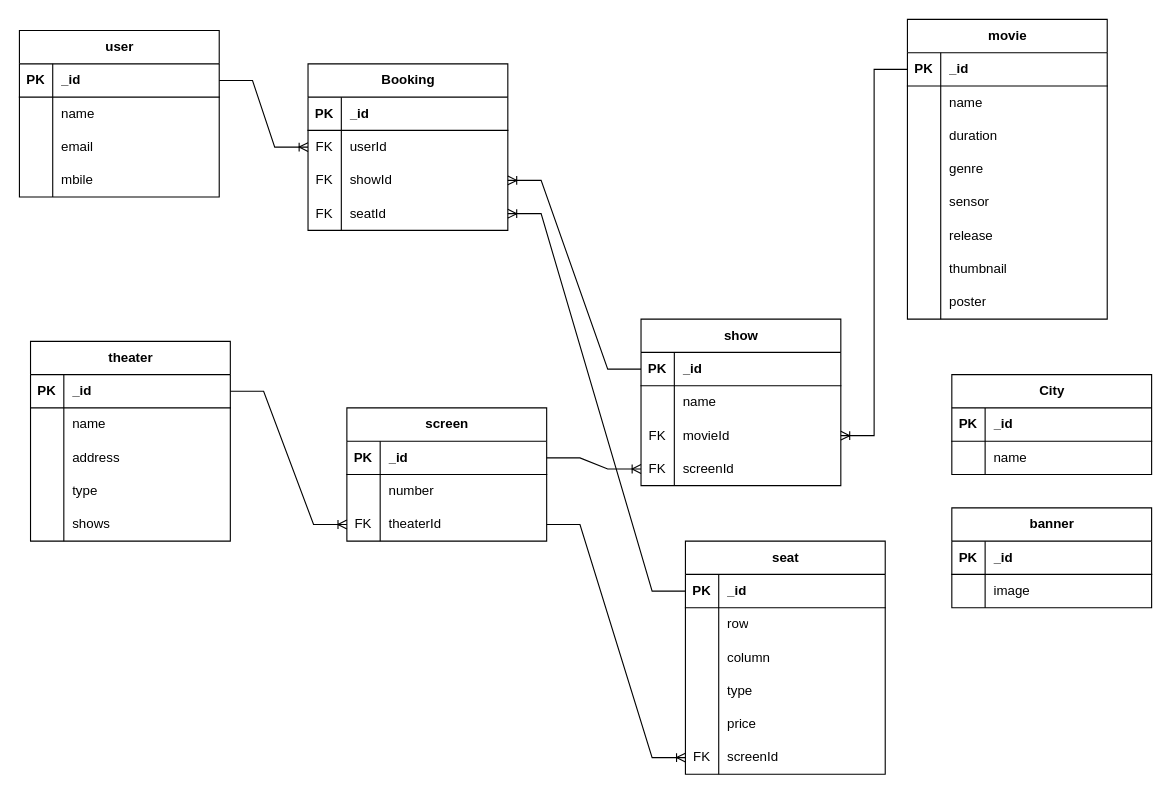
Earlier version of the draw.io diagram movie-booking.drawio (sivanargana/office). Source tidied: cells renumbered, new cells numbered last; positions are measured from the earlier drawing's top-left corner, leaving out a move shared by most shapes. Both pictures are drawn from the tidied source at 111%, with x=0, y=0 at pixel (19, 19).
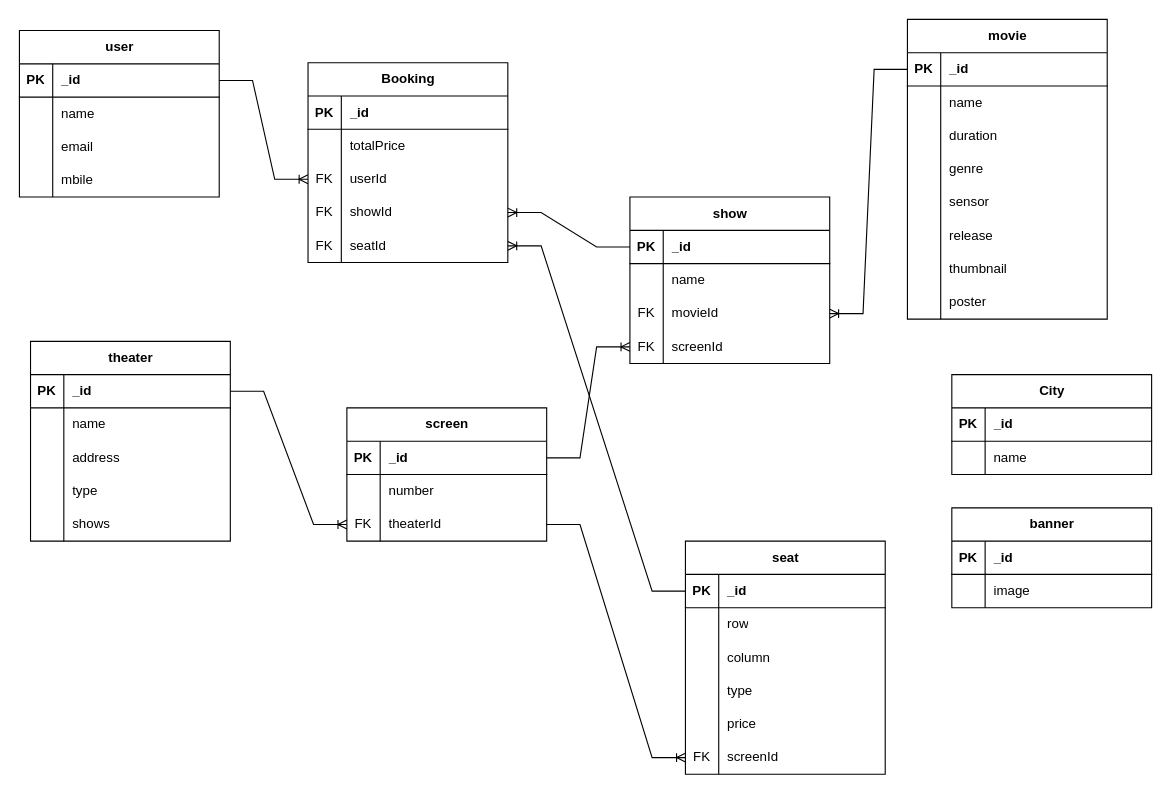
The same page after the edit.

Change to the diagram source:
```diff
@@
     <mxCell id="101" value="show" style="shape=table;startSize=30;childLayout=tableLayout;rowLines=0;fontStyle=1;align=center;html=1;" parent="1" vertex="1">
-      <mxGeometry x="560" y="270" width="180" height="150" as="geometry" />
+      <mxGeometry x="550" y="160" width="180" height="150" as="geometry" />
     </mxCell>
@@
     <mxCell id="116" value="Booking" style="shape=table;startSize=30;childLayout=tableLayout;rowLines=0;fontStyle=1;align=center;html=1;" parent="1" vertex="1">
-      <mxGeometry x="260" y="40" width="180" height="150" as="geometry" />
+      <mxGeometry x="260" y="39" width="180" height="180" as="geometry" />
     </mxCell>
@@
+    <mxCell id="132" style="shape=tableRow;horizontal=0;startSize=0;swimlaneHead=0;swimlaneBody=0;fillColor=none;top=0;left=0;right=0;bottom=0;" parent="116" vertex="1">
+      <mxGeometry y="60" width="180" height="30" as="geometry" />
+    </mxCell>
+    <mxCell id="133" style="shape=partialRectangle;fillColor=none;top=0;left=0;bottom=0;right=0;overflow=hidden;whiteSpace=wrap;html=1;" parent="132" vertex="1">
+      <mxGeometry width="30" height="30" as="geometry" />
+    </mxCell>
+    <mxCell id="134" value="totalPrice" style="shape=partialRectangle;fillColor=none;top=0;left=0;bottom=0;right=0;align=left;spacingLeft=6;overflow=hidden;whiteSpace=wrap;html=1;" parent="132" vertex="1">
+      <mxGeometry x="30" width="150" height="30" as="geometry" />
+    </mxCell>
     <mxCell id="120" style="shape=tableRow;horizontal=0;startSize=0;swimlaneHead=0;swimlaneBody=0;fillColor=none;points=[[0,0.5],[1,0.5]];portConstraint=eastwest;top=0;left=0;right=0;bottom=0;" parent="116" vertex="1">
-      <mxGeometry y="60" width="180" height="30" as="geometry" />
+      <mxGeometry y="90" width="180" height="30" as="geometry" />
     </mxCell>
@@
     <mxCell id="123" style="shape=tableRow;horizontal=0;startSize=0;swimlaneHead=0;swimlaneBody=0;fillColor=none;points=[[0,0.5],[1,0.5]];portConstraint=eastwest;top=0;left=0;right=0;bottom=0;" parent="116" vertex="1">
-      <mxGeometry y="90" width="180" height="30" as="geometry" />
+      <mxGeometry y="120" width="180" height="30" as="geometry" />
     </mxCell>
@@
     <mxCell id="126" style="shape=tableRow;horizontal=0;startSize=0;swimlaneHead=0;swimlaneBody=0;fillColor=none;points=[[0,0.5],[1,0.5]];portConstraint=eastwest;top=0;left=0;right=0;bottom=0;" parent="116" vertex="1">
-      <mxGeometry y="120" width="180" height="30" as="geometry" />
+      <mxGeometry y="150" width="180" height="30" as="geometry" />
     </mxCell>
```
